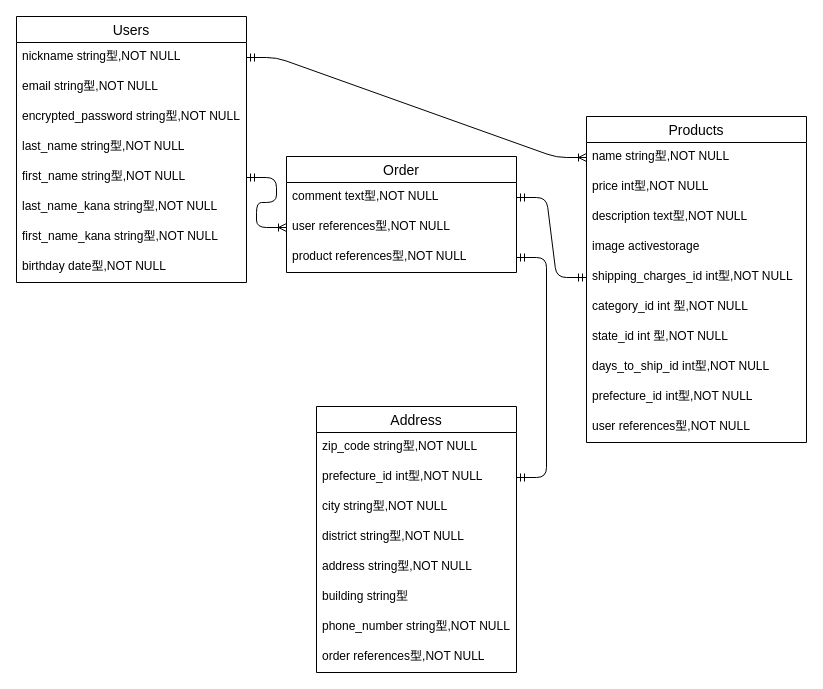
Before: Relationship.dio in yasfu/furima-35595, a draw.io diagram. Source tidied: cells renumbered, new cells numbered last; positions are measured from the earlier drawing's top-left corner, leaving out a move shared by most shapes. Both pictures are drawn from the tidied source at 100%, with x=0, y=0 at pixel (16, 16).
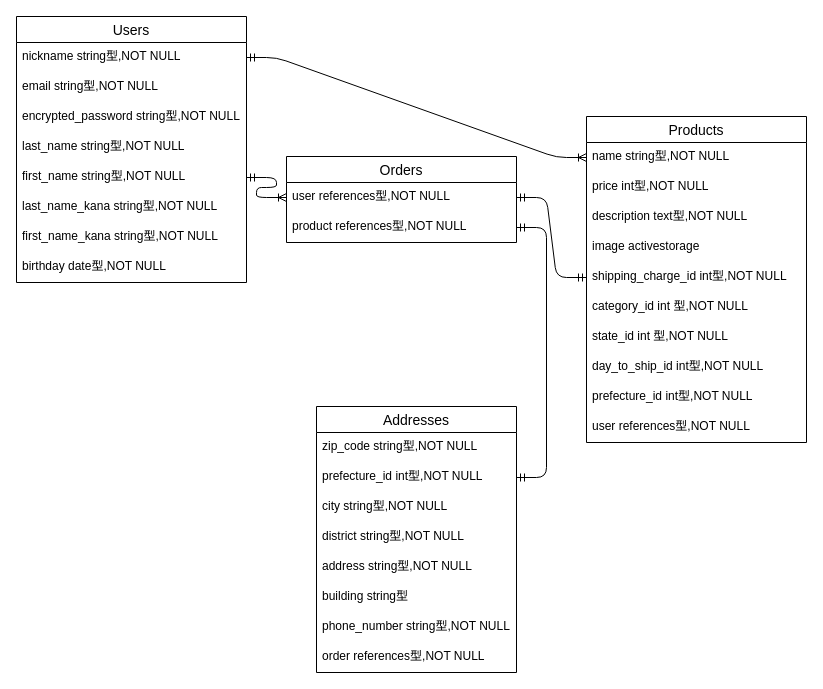
The same diagram, later.

Commit message (it also covers changes not shown here):
データベース設計の修正　＃4

The change refers to these unchanged cells:
```xml
<mxCell id="20" value="Products" style="swimlane;fontStyle=0;horizontal=1;startSize=26;align=center;fontSize=14;" parent="1" vertex="1">
  <mxGeometry x="570" y="100" width="220" height="326" as="geometry" />
</mxCell>
```

Diff of the diagram source:
```diff
@@
-    <mxCell id="11" value="Address" style="swimlane;fontStyle=0;horizontal=1;startSize=26;align=center;fontSize=14;" parent="1" vertex="1">
+    <mxCell id="11" value="Addresses" style="swimlane;fontStyle=0;horizontal=1;startSize=26;align=center;fontSize=14;" parent="1" vertex="1">
       <mxGeometry x="300" y="390" width="200" height="266" as="geometry" />
     </mxCell>
@@
-    <mxCell id="25" value="shipping_charges_id int型,NOT NULL" style="text;strokeColor=none;fillColor=none;spacingLeft=4;spacingRight=4;overflow=hidden;points=[[0,0.5],[1,0.5]];portConstraint=eastwest;fontSize=12;" parent="20" vertex="1">
+    <mxCell id="25" value="shipping_charge_id int型,NOT NULL" style="text;strokeColor=none;fillColor=none;spacingLeft=4;spacingRight=4;overflow=hidden;points=[[0,0.5],[1,0.5]];portConstraint=eastwest;fontSize=12;" parent="20" vertex="1">
       <mxGeometry y="146" width="220" height="30" as="geometry" />
     </mxCell>
@@
-    <mxCell id="28" value="days_to_ship_id int型,NOT NULL" style="text;strokeColor=none;fillColor=none;spacingLeft=4;spacingRight=4;overflow=hidden;fontSize=12;" parent="20" vertex="1">
+    <mxCell id="28" value="day_to_ship_id int型,NOT NULL" style="text;strokeColor=none;fillColor=none;spacingLeft=4;spacingRight=4;overflow=hidden;fontSize=12;" parent="20" vertex="1">
       <mxGeometry y="236" width="220" height="30" as="geometry" />
     </mxCell>
@@
-    <mxCell id="31" value="Order" style="swimlane;fontStyle=0;horizontal=1;startSize=26;align=center;fontSize=14;" parent="1" vertex="1">
-      <mxGeometry x="270" y="140" width="230" height="116" as="geometry" />
+    <mxCell id="31" value="Orders" style="swimlane;fontStyle=0;horizontal=1;startSize=26;align=center;fontSize=14;" parent="1" vertex="1">
+      <mxGeometry x="270" y="140" width="230" height="86" as="geometry" />
     </mxCell>
-    <mxCell id="32" value="comment text型,NOT NULL" style="text;strokeColor=none;fillColor=none;spacingLeft=4;spacingRight=4;overflow=hidden;points=[[0,0.5],[1,0.5]];portConstraint=eastwest;fontSize=12;" parent="31" vertex="1">
-      <mxGeometry y="26" width="230" height="30" as="geometry" />
-    </mxCell>
     <mxCell id="33" value="user references型,NOT NULL" style="text;strokeColor=none;fillColor=none;spacingLeft=4;spacingRight=4;overflow=hidden;points=[[0,0.5],[1,0.5]];portConstraint=eastwest;fontSize=12;" parent="31" vertex="1">
-      <mxGeometry y="56" width="230" height="30" as="geometry" />
+      <mxGeometry y="26" width="230" height="30" as="geometry" />
     </mxCell>
     <mxCell id="34" value="product references型,NOT NULL" style="text;strokeColor=none;fillColor=none;spacingLeft=4;spacingRight=4;overflow=hidden;points=[[0,0.5],[1,0.5]];portConstraint=eastwest;fontSize=12;" parent="31" vertex="1">
-      <mxGeometry y="86" width="230" height="30" as="geometry" />
+      <mxGeometry y="56" width="230" height="30" as="geometry" />
     </mxCell>
-    <mxCell id="35" style="edgeStyle=entityRelationEdgeStyle;fontSize=12;html=1;endArrow=ERmandOne;startArrow=ERmandOne;exitX=1;exitY=0.5;exitDx=0;exitDy=0;entryX=0;entryY=0.5;entryDx=0;entryDy=0;" parent="1" edge="1" source="32" target="25">
-      <mxGeometry relative="1" as="geometry" />
+    <mxCell id="35" style="edgeStyle=entityRelationEdgeStyle;fontSize=12;html=1;endArrow=ERmandOne;startArrow=ERmandOne;exitX=1;exitY=0.5;exitDx=0;exitDy=0;entryX=0;entryY=0.5;entryDx=0;entryDy=0;" parent="1" edge="1" target="25">
+      <mxGeometry relative="1" as="geometry">
+        <mxPoint x="500" y="181" as="sourcePoint" />
+      </mxGeometry>
     </mxCell>
```
